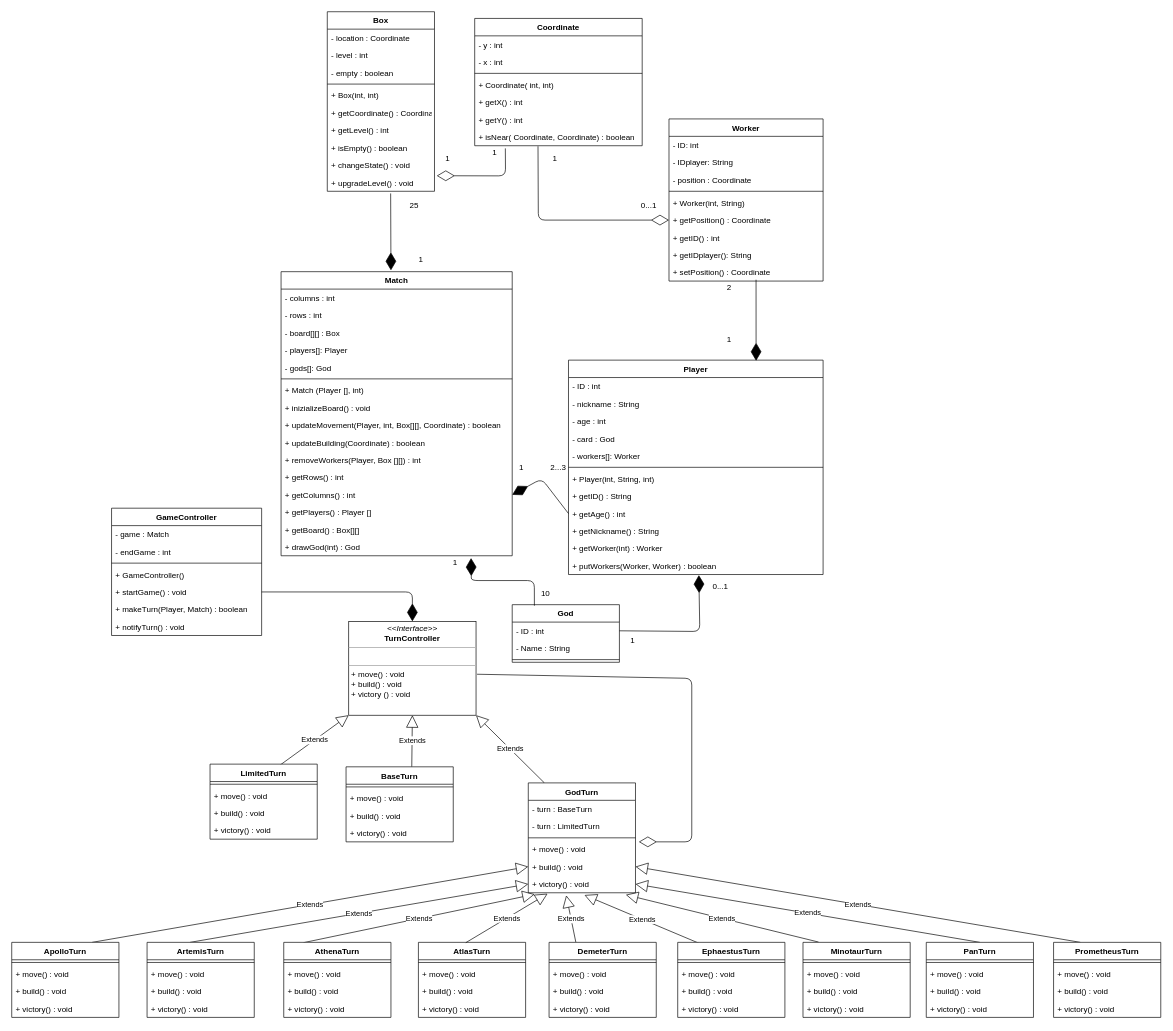
This is UMLproject.drawio from MancoCarlo/MultiplayerGame_Santorini, a draw.io file, before an edit. Source tidied: cells renumbered, new cells numbered last; positions are measured from the earlier drawing's top-left corner, leaving out a move shared by most shapes. Both pictures are drawn from the tidied source at 67%, with x=0, y=0 at pixel (11, 11).
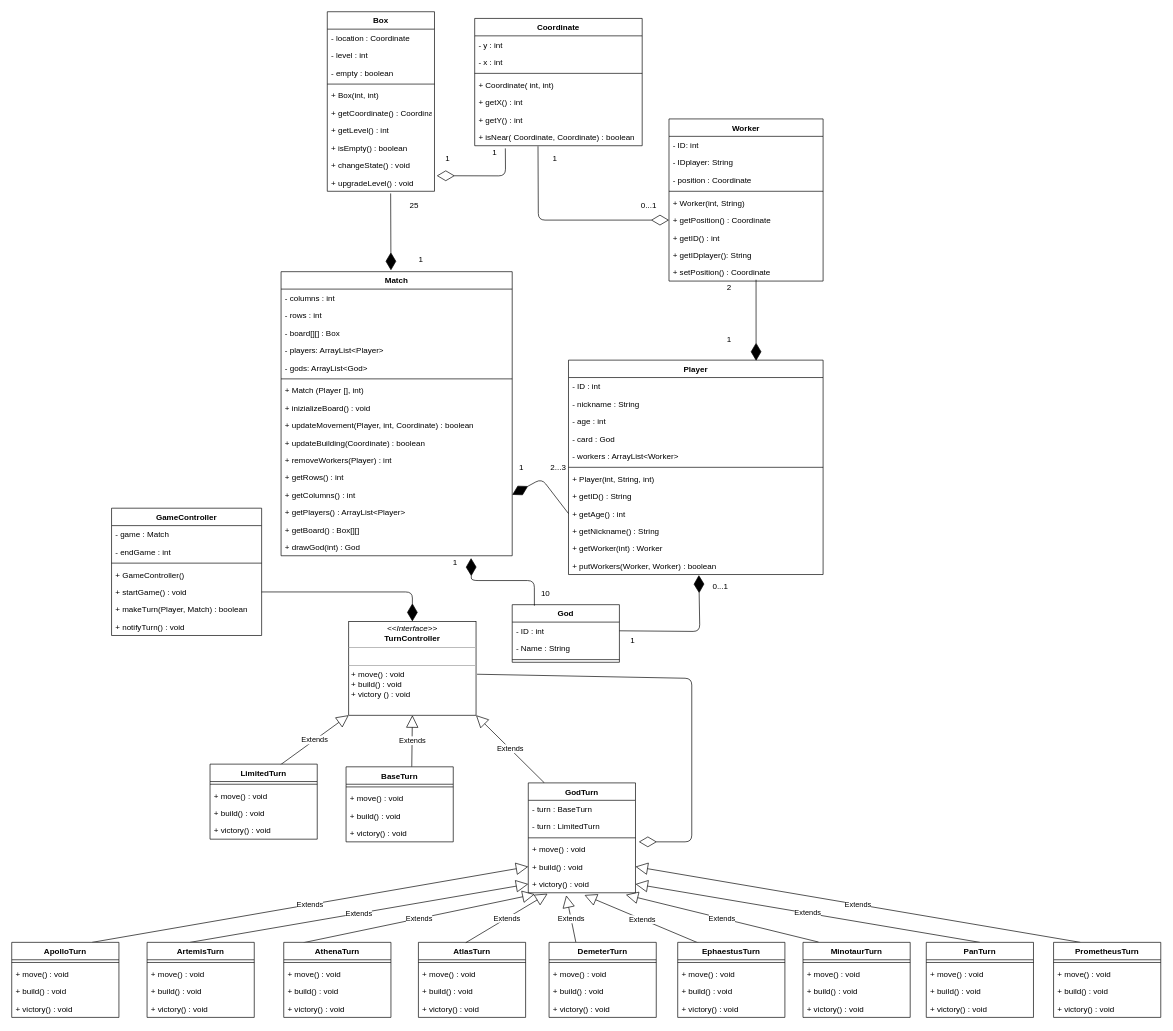
Above is the later version.

The change refers to these unchanged cells:
```xml
<mxCell id="36" value="Player" style="swimlane;fontStyle=1;align=center;verticalAlign=top;horizontal=1;startSize=26;fillColor=none;" parent="1" vertex="1">
  <mxGeometry x="831" y="520" width="380" height="320" as="geometry" />
</mxCell>
<mxCell id="79" value="Match" style="swimlane;fontStyle=1;align=center;verticalAlign=top;horizontal=1;startSize=26;fillColor=none;" parent="1" vertex="1">
  <mxGeometry x="402" y="388" width="345" height="424" as="geometry" />
</mxCell>
```

Diff of the diagram source:
```diff
@@
-    <mxCell id="41" value="- workers[]: Worker" style="text;strokeColor=none;fillColor=none;align=left;verticalAlign=top;spacingLeft=4;spacingRight=4;overflow=hidden;" parent="36" vertex="1">
+    <mxCell id="41" value="- workers : ArrayList&lt;Worker&gt;" style="text;strokeColor=none;fillColor=none;align=left;verticalAlign=top;spacingLeft=4;spacingRight=4;overflow=hidden;" parent="36" vertex="1">
       <mxGeometry y="130" width="380" height="26" as="geometry" />
     </mxCell>
@@
-    <mxCell id="83" value="- players[]: Player" style="text;strokeColor=none;fillColor=none;align=left;verticalAlign=top;spacingLeft=4;spacingRight=4;overflow=hidden;" parent="79" vertex="1">
+    <mxCell id="83" value="- players: ArrayList&lt;Player&gt;" style="text;strokeColor=none;fillColor=none;align=left;verticalAlign=top;spacingLeft=4;spacingRight=4;overflow=hidden;" parent="79" vertex="1">
       <mxGeometry y="104" width="345" height="26" as="geometry" />
     </mxCell>
-    <mxCell id="84" value="- gods[]: God" style="text;strokeColor=none;fillColor=none;align=left;verticalAlign=top;spacingLeft=4;spacingRight=4;overflow=hidden;" parent="79" vertex="1">
+    <mxCell id="84" value="- gods: ArrayList&lt;God&gt;" style="text;strokeColor=none;fillColor=none;align=left;verticalAlign=top;spacingLeft=4;spacingRight=4;overflow=hidden;" parent="79" vertex="1">
       <mxGeometry y="130" width="345" height="26" as="geometry" />
     </mxCell>
@@
-    <mxCell id="88" value="+ updateMovement(Player, int, Box[][], Coordinate) : boolean" style="text;strokeColor=none;fillColor=none;align=left;verticalAlign=top;spacingLeft=4;spacingRight=4;overflow=hidden;" parent="79" vertex="1">
+    <mxCell id="88" value="+ updateMovement(Player, int, Coordinate) : boolean" style="text;strokeColor=none;fillColor=none;align=left;verticalAlign=top;spacingLeft=4;spacingRight=4;overflow=hidden;" parent="79" vertex="1">
       <mxGeometry y="216" width="345" height="26" as="geometry" />
     </mxCell>
@@
-    <mxCell id="90" value="+ removeWorkers(Player, Box [][]) : int" style="text;strokeColor=none;fillColor=none;align=left;verticalAlign=top;spacingLeft=4;spacingRight=4;overflow=hidden;" parent="79" vertex="1">
+    <mxCell id="90" value="+ removeWorkers(Player) : int" style="text;strokeColor=none;fillColor=none;align=left;verticalAlign=top;spacingLeft=4;spacingRight=4;overflow=hidden;" parent="79" vertex="1">
       <mxGeometry y="268" width="345" height="26" as="geometry" />
     </mxCell>
@@
-    <mxCell id="93" value="+ getPlayers() : Player []" style="text;strokeColor=none;fillColor=none;align=left;verticalAlign=top;spacingLeft=4;spacingRight=4;overflow=hidden;" parent="79" vertex="1">
+    <mxCell id="93" value="+ getPlayers() : ArrayList&lt;Player&gt;" style="text;strokeColor=none;fillColor=none;align=left;verticalAlign=top;spacingLeft=4;spacingRight=4;overflow=hidden;" parent="79" vertex="1">
       <mxGeometry y="346" width="345" height="26" as="geometry" />
     </mxCell>
```
